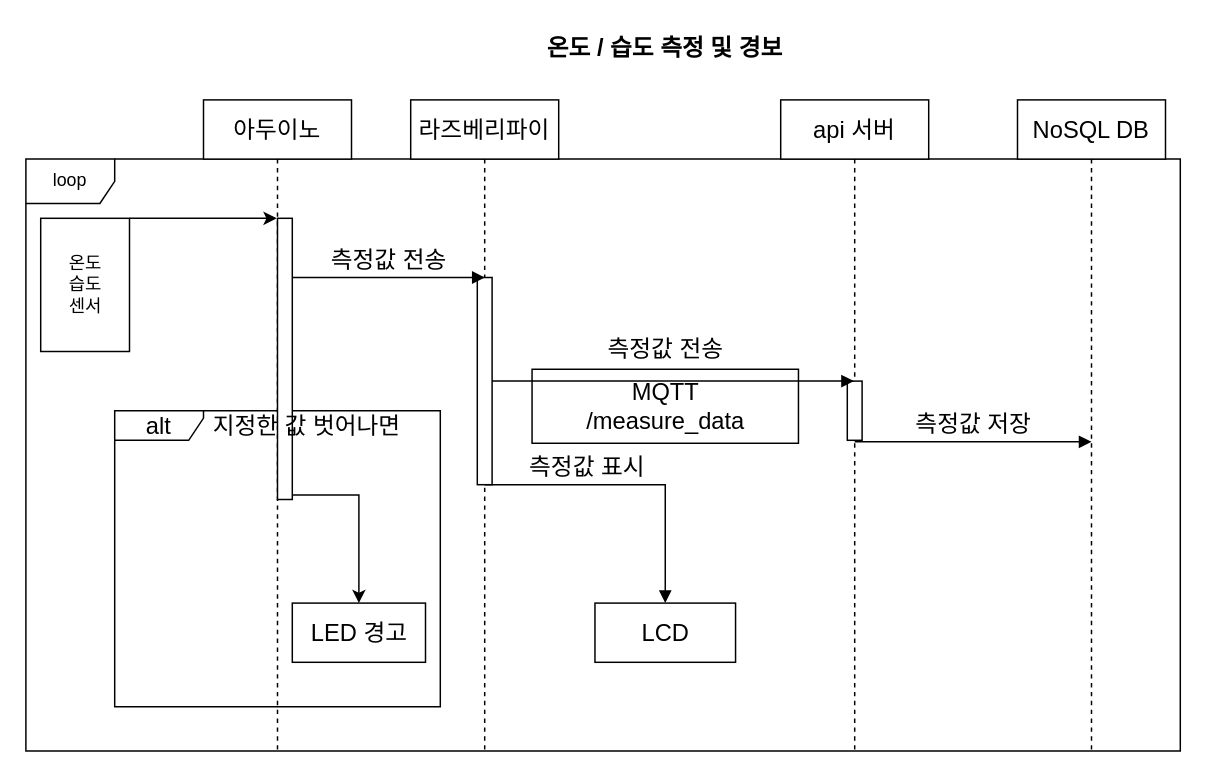
The draw.io diagram page "온도/습도 측정 및 경보" (2 of 13) of doc/UML.drawio in veryneuron/study_mate_project, before the edit. Source tidied: cells renumbered, new cells numbered last; positions are measured from the earlier drawing's top-left corner, leaving out a move shared by most shapes. Both pictures are drawn from the tidied source at 148%, with x=0, y=0 at pixel (25, 25).
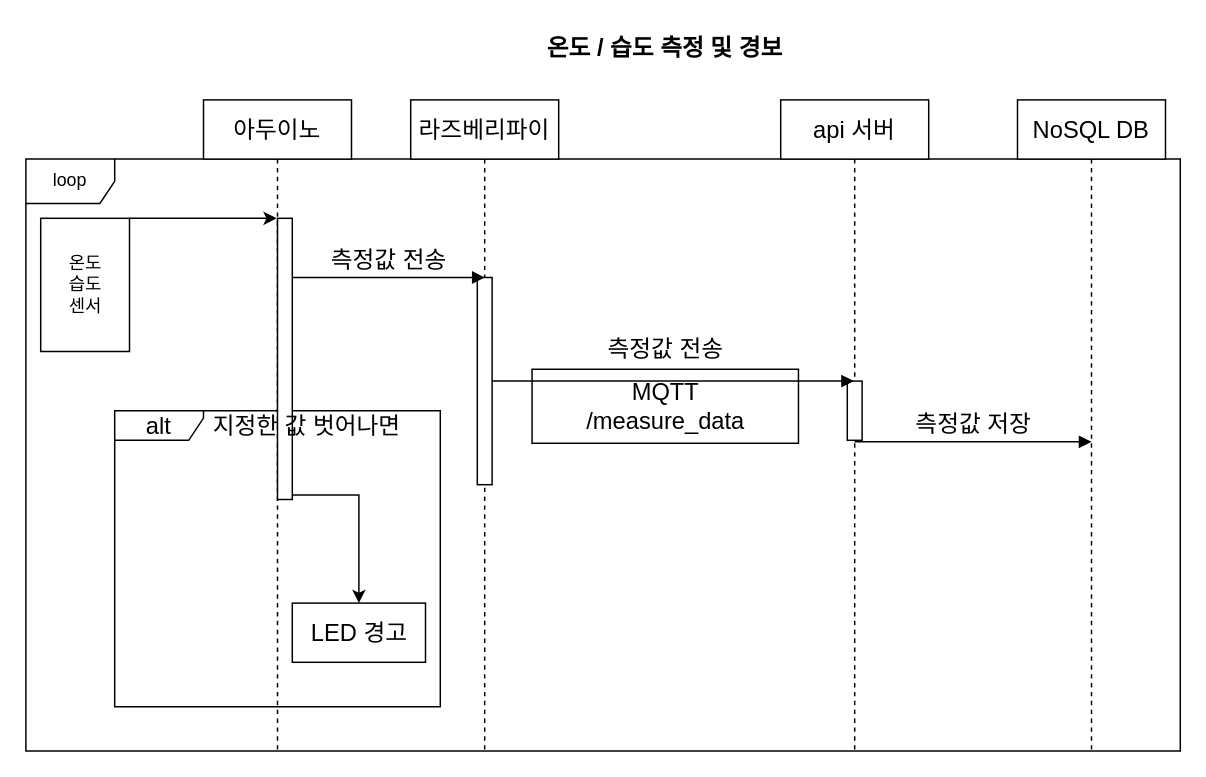
Above is the later version.

Diff of the diagram source:
```diff
@@
-    <mxCell id="17" value="LCD" style="rounded=0;whiteSpace=wrap;html=1;fontSize=16;" parent="1" vertex="1">
-      <mxGeometry x="384.5" y="390" width="95" height="40" as="geometry" />
-    </mxCell>
-    <mxCell id="18" value="&lt;font style=&quot;font-size: 16px;&quot;&gt;측정값 표시&lt;/font&gt;" style="html=1;verticalAlign=bottom;endArrow=block;rounded=0;fontSize=16;entryX=0.5;entryY=0;entryDx=0;entryDy=0;" parent="1" edge="1" target="17">
-      <mxGeometry x="-0.32" relative="1" as="geometry">
-        <mxPoint x="310" y="310" as="sourcePoint" />
-        <Array as="points">
-          <mxPoint x="432" y="310" />
-        </Array>
-      </mxGeometry>
-    </mxCell>
```
